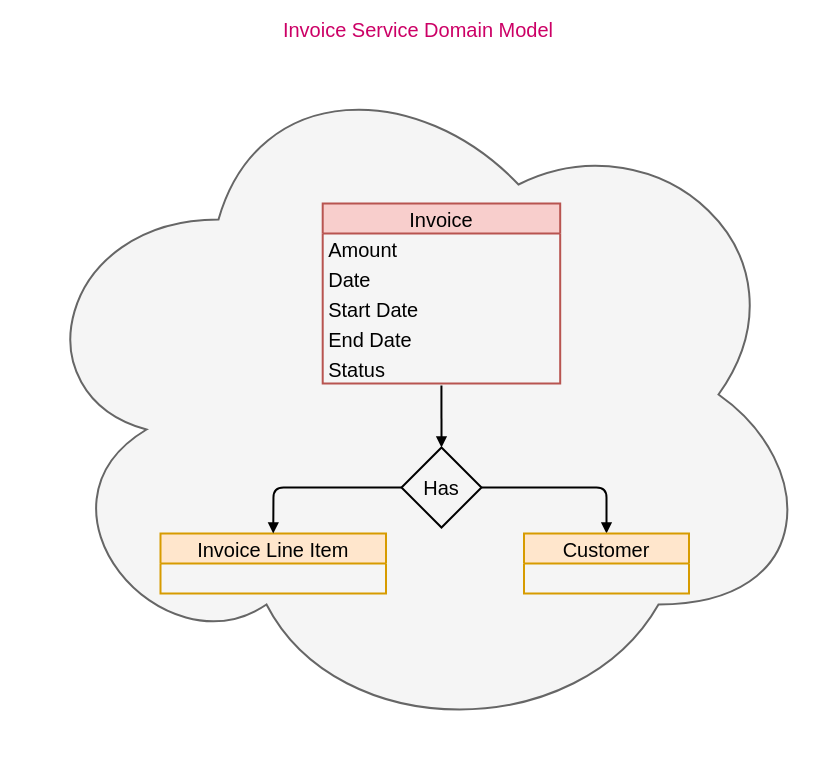
This is docs/diagram/invoice_service_domain_model.drawio from dudhwalas/dudhwala, a draw.io file, before an edit. Source tidied: cells renumbered, new cells numbered last; positions are measured from the earlier drawing's top-left corner, leaving out a move shared by most shapes. Both pictures are drawn from the tidied source at 100%, with x=0, y=0 at pixel (18, 44).
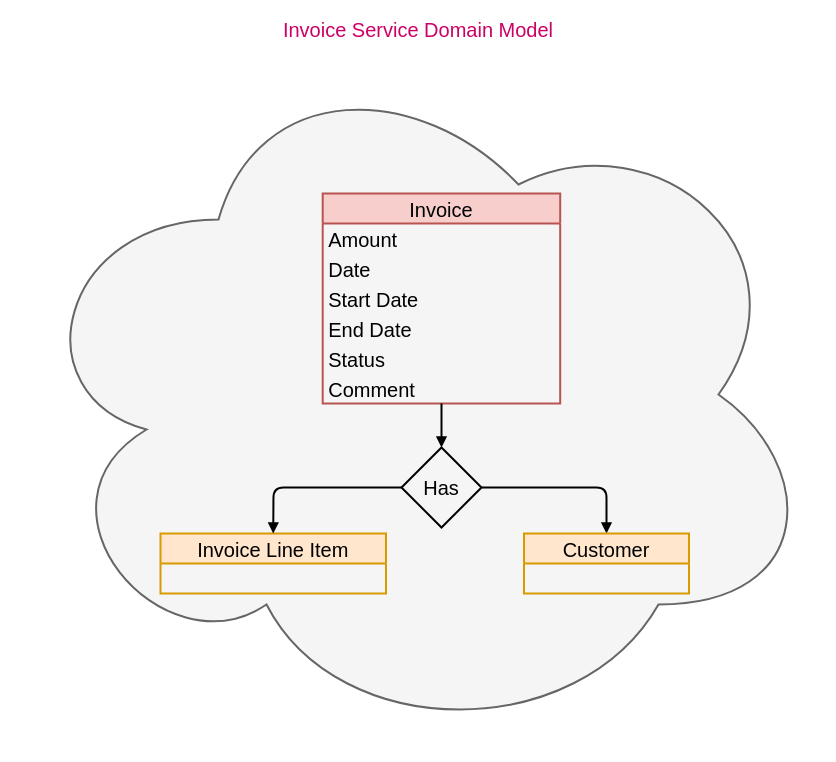
The same page after the edit.

Change to the diagram source:
```diff
@@
 <mxGraphModel>
   <root>
     <mxCell id="0" />
     <mxCell id="1" parent="0" />
     <mxCell id="2" value="Invoice Service Domain Model" style="ellipse;shape=cloud;whiteSpace=wrap;html=1;fillColor=#f5f5f5;fontColor=#CC0066;strokeColor=#666666;strokeWidth=2;labelPosition=center;verticalLabelPosition=top;align=center;verticalAlign=bottom;fontSize=20;" parent="1" vertex="1">
       <mxGeometry width="800" height="700" as="geometry" />
     </mxCell>
     <mxCell id="3" value="Invoice" style="swimlane;fontStyle=0;horizontal=1;startSize=30;fillColor=#f8cecc;strokeColor=#b85450;fontSize=20;strokeWidth=2;" parent="1" vertex="1">
-      <mxGeometry x="304.2" y="159" width="237.5" height="180" as="geometry" />
+      <mxGeometry x="304.2" y="149" width="237.5" height="210" as="geometry" />
     </mxCell>
     <mxCell id="4" value="Amount" style="text;strokeColor=none;fillColor=none;align=left;verticalAlign=middle;spacingLeft=4;spacingRight=4;overflow=hidden;fontSize=20;strokeWidth=2;" parent="3" vertex="1">
       <mxGeometry y="30" width="237.5" height="30" as="geometry" />
     </mxCell>
     <mxCell id="5" value="Date" style="text;strokeColor=none;fillColor=none;align=left;verticalAlign=middle;spacingLeft=4;spacingRight=4;overflow=hidden;fontSize=20;strokeWidth=2;" parent="3" vertex="1">
       <mxGeometry y="60" width="237.5" height="30" as="geometry" />
     </mxCell>
     <mxCell id="6" value="Start Date" style="text;strokeColor=none;fillColor=none;align=left;verticalAlign=middle;spacingLeft=4;spacingRight=4;overflow=hidden;fontSize=20;strokeWidth=2;" parent="3" vertex="1">
       <mxGeometry y="90" width="237.5" height="30" as="geometry" />
     </mxCell>
     <mxCell id="7" value="End Date" style="text;strokeColor=none;fillColor=none;align=left;verticalAlign=middle;spacingLeft=4;spacingRight=4;overflow=hidden;fontSize=20;strokeWidth=2;" parent="3" vertex="1">
       <mxGeometry y="120" width="237.5" height="30" as="geometry" />
     </mxCell>
     <mxCell id="8" value="Status" style="text;strokeColor=none;fillColor=none;align=left;verticalAlign=middle;spacingLeft=4;spacingRight=4;overflow=hidden;points=[[0,0.5],[1,0.5]];portConstraint=eastwest;fontSize=20;strokeWidth=2;" parent="3" vertex="1">
       <mxGeometry y="150" width="237.5" height="30" as="geometry" />
     </mxCell>
+    <mxCell id="15" value="Comment" style="text;strokeColor=none;fillColor=none;align=left;verticalAlign=middle;spacingLeft=4;spacingRight=4;overflow=hidden;fontSize=20;strokeWidth=2;" parent="3" vertex="1">
+      <mxGeometry y="180" width="237.5" height="30" as="geometry" />
+    </mxCell>
     <mxCell id="9" value="Invoice Line Item" style="swimlane;fontStyle=0;horizontal=1;startSize=30;fillColor=#ffe6cc;strokeColor=#d79b00;fontSize=20;strokeWidth=2;" parent="1" vertex="1">
       <mxGeometry x="142" y="489" width="225.5" height="60" as="geometry" />
     </mxCell>
     <mxCell id="10" style="edgeStyle=none;html=1;exitX=1;exitY=0.5;exitDx=0;exitDy=0;entryX=0.5;entryY=0;entryDx=0;entryDy=0;endArrow=block;endFill=1;strokeWidth=2;" parent="1" edge="1" source="11" target="14">
       <mxGeometry relative="1" as="geometry">
         <Array as="points">
           <mxPoint x="588" y="443" />
         </Array>
       </mxGeometry>
     </mxCell>
     <mxCell id="11" value="Has" style="rhombus;whiteSpace=wrap;html=1;fontSize=20;fillColor=none;strokeWidth=2;" parent="1" vertex="1">
       <mxGeometry x="383" y="403" width="80" height="80" as="geometry" />
     </mxCell>
-    <mxCell id="12" style="edgeStyle=none;html=1;entryX=0.5;entryY=0;entryDx=0;entryDy=0;fontSize=20;endArrow=block;endFill=1;strokeWidth=2;exitX=0.5;exitY=1.067;exitDx=0;exitDy=0;exitPerimeter=0;" parent="1" edge="1" source="8" target="11">
-      <mxGeometry relative="1" as="geometry" />
+    <mxCell id="12" style="edgeStyle=none;html=1;entryX=0.5;entryY=0;entryDx=0;entryDy=0;fontSize=20;endArrow=block;endFill=1;strokeWidth=2;" parent="1" edge="1" target="11">
+      <mxGeometry relative="1" as="geometry">
+        <mxPoint x="423" y="359" as="sourcePoint" />
+      </mxGeometry>
     </mxCell>
     <mxCell id="13" style="edgeStyle=none;html=1;entryX=0.5;entryY=0;entryDx=0;entryDy=0;fontSize=20;endArrow=block;endFill=1;strokeWidth=2;exitX=0;exitY=0.5;exitDx=0;exitDy=0;" parent="1" edge="1" source="11" target="9">
       <mxGeometry relative="1" as="geometry">
         <Array as="points">
           <mxPoint x="255" y="443" />
         </Array>
       </mxGeometry>
     </mxCell>
     <mxCell id="14" value="Customer" style="swimlane;fontStyle=0;horizontal=1;startSize=30;fillColor=#ffe6cc;strokeColor=#d79b00;fontSize=20;strokeWidth=2;" parent="1" vertex="1">
       <mxGeometry x="505.5" y="489" width="165" height="60" as="geometry" />
     </mxCell>
   </root>
 </mxGraphModel>
```
